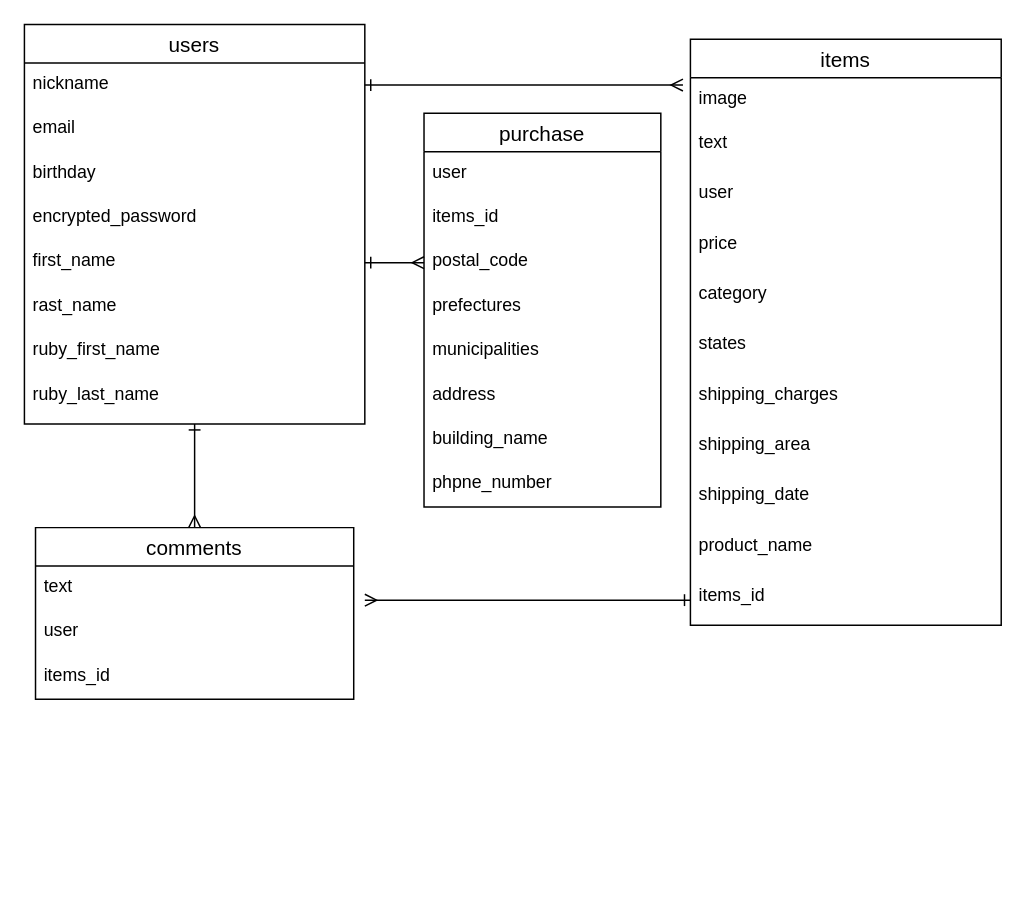
Earlier version of the draw.io diagram DB.dio (kotatori/furima-33804). Source tidied: cells renumbered, new cells numbered last; positions are measured from the earlier drawing's top-left corner, leaving out a move shared by most shapes. Both pictures are drawn from the tidied source at 148%, with x=0, y=0 at pixel (24, 24).
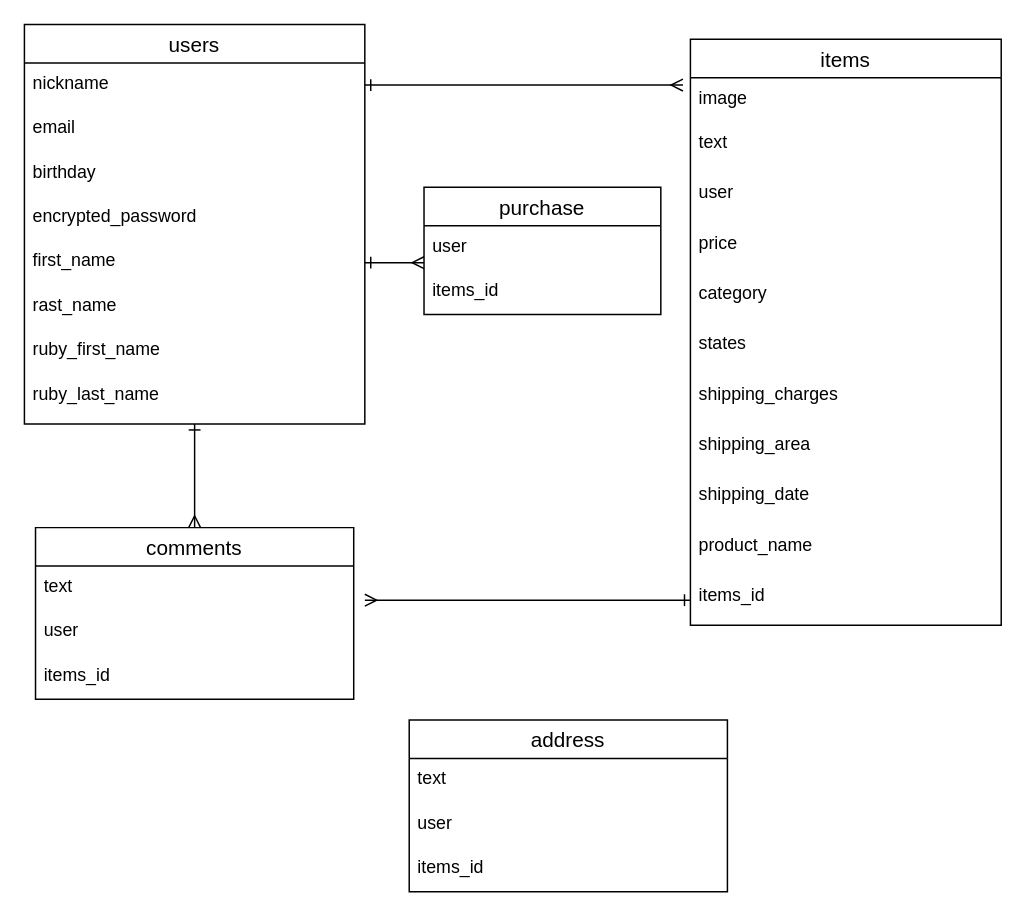
After the change.

Unchanged cells that the change refers to:
```xml
<mxCell id="8" value="first_name" style="text;strokeColor=none;fillColor=none;spacingLeft=4;spacingRight=4;overflow=hidden;points=[[0,0.5],[1,0.5]];portConstraint=eastwest;fontSize=12;" parent="3" vertex="1">
  <mxGeometry y="146" width="230" height="30" as="geometry" />
</mxCell>
```

Diff of the diagram source:
```diff
@@
     <mxCell id="24" value="purchase" style="swimlane;fontStyle=0;horizontal=1;startSize=26;align=center;fontSize=14;" parent="1" vertex="1">
-      <mxGeometry x="270" y="60" width="160" height="266" as="geometry" />
+      <mxGeometry x="270" y="110" width="160" height="86" as="geometry" />
     </mxCell>
@@
-    <mxCell id="27" value="postal_code" style="text;strokeColor=none;fillColor=none;spacingLeft=4;spacingRight=4;overflow=hidden;points=[[0,0.5],[1,0.5]];portConstraint=eastwest;fontSize=12;" parent="24" vertex="1">
-      <mxGeometry y="86" width="160" height="30" as="geometry" />
-    </mxCell>
-    <mxCell id="28" value="prefectures" style="text;strokeColor=none;fillColor=none;spacingLeft=4;spacingRight=4;overflow=hidden;fontSize=12;" parent="24" vertex="1">
-      <mxGeometry y="116" width="160" height="30" as="geometry" />
-    </mxCell>
-    <mxCell id="29" value="municipalities" style="text;strokeColor=none;fillColor=none;spacingLeft=4;spacingRight=4;overflow=hidden;fontSize=12;" parent="24" vertex="1">
-      <mxGeometry y="146" width="160" height="30" as="geometry" />
-    </mxCell>
-    <mxCell id="30" value="address" style="text;strokeColor=none;fillColor=none;spacingLeft=4;spacingRight=4;overflow=hidden;fontSize=12;" parent="24" vertex="1">
-      <mxGeometry y="176" width="160" height="30" as="geometry" />
-    </mxCell>
-    <mxCell id="31" value="building_name" style="text;strokeColor=none;fillColor=none;spacingLeft=4;spacingRight=4;overflow=hidden;fontSize=12;" parent="24" vertex="1">
-      <mxGeometry y="206" width="160" height="30" as="geometry" />
-    </mxCell>
-    <mxCell id="32" value="phpne_number" style="text;strokeColor=none;fillColor=none;spacingLeft=4;spacingRight=4;overflow=hidden;fontSize=12;" parent="24" vertex="1">
-      <mxGeometry y="236" width="160" height="30" as="geometry" />
-    </mxCell>
@@
-    <mxCell id="38" style="edgeStyle=orthogonalEdgeStyle;rounded=0;jettySize=auto;html=1;entryX=0;entryY=0.5;entryDx=0;entryDy=0;startArrow=ERone;startFill=0;endArrow=ERmany;endFill=0;fontSize=14;" parent="1" edge="1" source="8" target="27">
-      <mxGeometry relative="1" as="geometry" />
+    <mxCell id="38" style="edgeStyle=orthogonalEdgeStyle;rounded=0;jettySize=auto;html=1;entryX=0;entryY=0.5;entryDx=0;entryDy=0;startArrow=ERone;startFill=0;endArrow=ERmany;endFill=0;fontSize=14;" parent="1" edge="1" source="8">
+      <mxGeometry relative="1" as="geometry">
+        <mxPoint x="270" y="161" as="targetPoint" />
+      </mxGeometry>
     </mxCell>
@@
+    <mxCell id="30" value="address" style="swimlane;fontStyle=0;horizontal=1;startSize=26;align=center;fontSize=14;" parent="1" vertex="1">
+      <mxGeometry x="260" y="470" width="215" height="116" as="geometry" />
+    </mxCell>
+    <mxCell id="40" value="text" style="text;strokeColor=none;fillColor=none;spacingLeft=4;spacingRight=4;overflow=hidden;fontSize=12;" parent="30" vertex="1">
+      <mxGeometry y="26" width="215" height="30" as="geometry" />
+    </mxCell>
+    <mxCell id="41" value="user" style="text;strokeColor=none;fillColor=none;spacingLeft=4;spacingRight=4;overflow=hidden;fontSize=12;" parent="30" vertex="1">
+      <mxGeometry y="56" width="215" height="30" as="geometry" />
+    </mxCell>
+    <mxCell id="42" value="items_id" style="text;strokeColor=none;fillColor=none;spacingLeft=4;spacingRight=4;overflow=hidden;fontSize=12;" parent="30" vertex="1">
+      <mxGeometry y="86" width="215" height="30" as="geometry" />
+    </mxCell>
```
